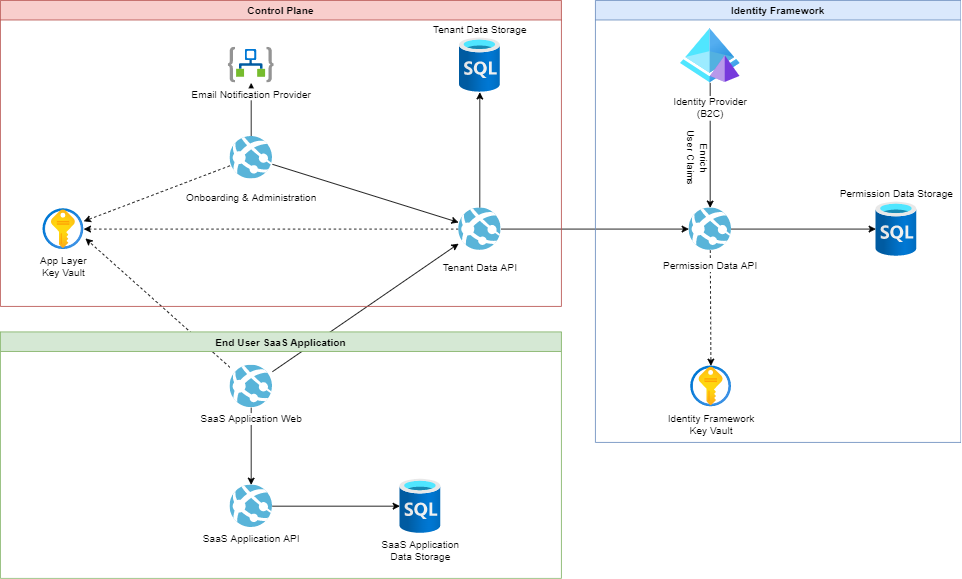
Above: docs/azure-saas-docs/static/diagrams/all-components-generic.drawio.png in JakeGinnivan/azure-saas (draw.io), before the change. Source tidied: cells renumbered, new cells last; positions are measured from the earlier drawing's top-left corner, leaving out a move shared by most shapes.
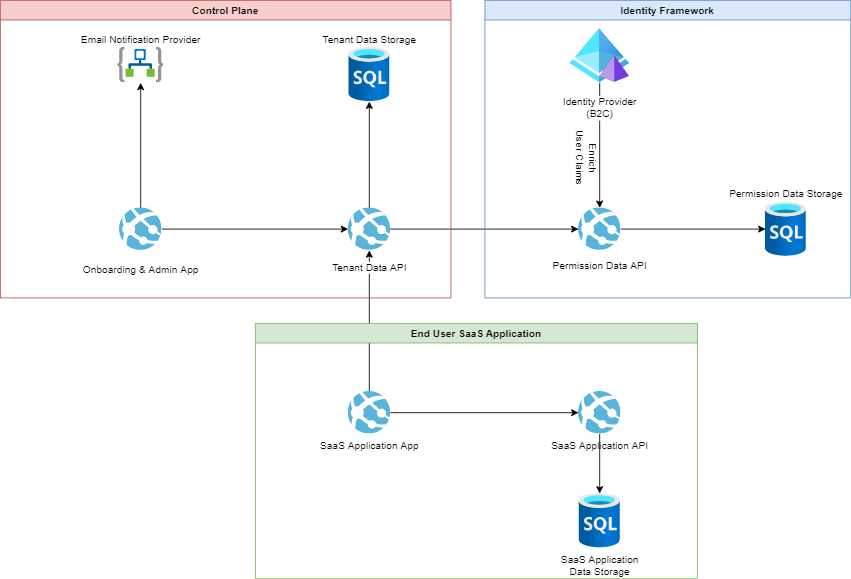
After the commit.

The edit, as a diff of the source:
```diff
@@ -5,50 +5,24 @@
     <mxCell id="2" style="edgeStyle=orthogonalEdgeStyle;rounded=0;jettySize=auto;html=1;" parent="1" edge="1" source="14" target="3">
       <mxGeometry relative="1" as="geometry" />
     </mxCell>
-    <mxCell id="3" value="Tenant Data Storage" style="html=1;points=[];align=center;image;fontSize=12;image=img/lib/azure2/databases/SQL_Database.svg;labelPosition=center;verticalLabelPosition=top;verticalAlign=bottom;" parent="1" vertex="1">
-      <mxGeometry x="540" y="44" width="48" height="64" as="geometry" />
-    </mxCell>
     <mxCell id="4" style="edgeStyle=none;html=1;" parent="1" edge="1" source="7" target="14">
       <mxGeometry relative="1" as="geometry" />
     </mxCell>
-    <mxCell id="5" style="edgeStyle=none;html=1;dashed=1;" parent="1" edge="1" source="7" target="20">
-      <mxGeometry relative="1" as="geometry" />
-    </mxCell>
     <mxCell id="6" style="edgeStyle=none;html=1;" parent="1" edge="1" source="7" target="25">
       <mxGeometry relative="1" as="geometry" />
     </mxCell>
-    <mxCell id="7" value="Onboarding &amp;amp; Administration" style="sketch=0;html=1;points=[];align=center;image;fontSize=12;image=img/lib/mscae/App_Services.svg;spacingTop=9;labelBackgroundColor=default;labelBorderColor=none;labelPosition=center;verticalLabelPosition=bottom;verticalAlign=top;" parent="1" vertex="1">
-      <mxGeometry x="270" y="160" width="50" height="50" as="geometry" />
-    </mxCell>
     <mxCell id="8" style="html=1;jumpStyle=arc;" parent="1" edge="1" source="11" target="14">
       <mxGeometry relative="1" as="geometry" />
     </mxCell>
-    <mxCell id="9" style="edgeStyle=none;html=1;dashed=1;" parent="1" edge="1" source="11">
-      <mxGeometry relative="1" as="geometry">
-        <mxPoint x="100" y="280" as="targetPoint" />
-      </mxGeometry>
-    </mxCell>
-    <mxCell id="10" style="edgeStyle=none;html=1;" parent="1" edge="1" source="11" target="28">
-      <mxGeometry relative="1" as="geometry" />
-    </mxCell>
-    <mxCell id="11" value="SaaS Application Web" style="sketch=0;html=1;points=[];align=center;image;fontSize=12;image=img/lib/mscae/App_Services.svg;labelBackgroundColor=default;labelBorderColor=none;" parent="1" vertex="1">
-      <mxGeometry x="270" y="429" width="50" height="50" as="geometry" />
-    </mxCell>
     <mxCell id="12" style="edgeStyle=none;jumpStyle=arc;html=1;" parent="1" edge="1" source="14" target="17">
       <mxGeometry relative="1" as="geometry" />
     </mxCell>
-    <mxCell id="13" style="edgeStyle=none;html=1;dashed=1;" parent="1" edge="1" source="14" target="20">
-      <mxGeometry relative="1" as="geometry" />
-    </mxCell>
     <mxCell id="14" value="Tenant Data API" style="sketch=0;html=1;points=[];align=center;image;fontSize=12;image=img/lib/mscae/App_Services.svg;labelBackgroundColor=default;labelBorderColor=none;labelPosition=center;verticalLabelPosition=bottom;verticalAlign=top;spacingTop=7;" parent="1" vertex="1">
       <mxGeometry x="539" y="244" width="50" height="50" as="geometry" />
     </mxCell>
     <mxCell id="15" style="edgeStyle=none;html=1;" parent="1" edge="1" source="17" target="19">
       <mxGeometry relative="1" as="geometry" />
     </mxCell>
-    <mxCell id="16" style="edgeStyle=none;html=1;dashed=1;" parent="1" edge="1" source="17" target="21">
-      <mxGeometry relative="1" as="geometry" />
-    </mxCell>
     <mxCell id="17" value="Permission Data API" style="sketch=0;html=1;points=[];align=center;image;fontSize=12;image=img/lib/mscae/App_Services.svg;labelBorderColor=none;spacingTop=5;" parent="1" vertex="1">
       <mxGeometry x="810" y="244" width="50" height="50" as="geometry" />
     </mxCell>
@@ -58,14 +32,8 @@
     <mxCell id="19" value="Permission Data Storage" style="html=1;points=[];align=center;image;fontSize=12;image=img/lib/azure2/databases/SQL_Database.svg;labelPosition=center;verticalLabelPosition=top;verticalAlign=bottom;" parent="1" vertex="1">
       <mxGeometry x="1030" y="237" width="48" height="64" as="geometry" />
     </mxCell>
-    <mxCell id="20" value="App Layer&lt;br&gt;Key Vault" style="html=1;points=[];align=center;image;fontSize=12;image=img/lib/azure2/security/Key_Vaults.svg;" parent="1" vertex="1">
-      <mxGeometry x="50" y="245" width="48" height="48" as="geometry" />
-    </mxCell>
-    <mxCell id="21" value="Identity Framework&lt;br&gt;Key Vault" style="html=1;points=[];align=center;image;fontSize=12;image=img/lib/azure2/security/Key_Vaults.svg;" parent="1" vertex="1">
-      <mxGeometry x="812" y="430" width="48" height="48" as="geometry" />
-    </mxCell>
     <mxCell id="22" value="Identity Framework" style="swimlane;labelBorderColor=none;fillColor=#dae8fc;strokeColor=#6c8ebf;" parent="1" vertex="1">
-      <mxGeometry x="700" width="430" height="520" as="geometry" />
+      <mxGeometry x="700" width="430" height="350" as="geometry" />
     </mxCell>
     <mxCell id="23" value="Enrich&lt;br&gt;User Claims" style="text;html=1;align=center;verticalAlign=middle;strokeColor=none;fillColor=none;rotation=90;" parent="22" vertex="1">
       <mxGeometry x="80" y="170" width="80" height="30" as="geometry" />
@@ -73,23 +41,35 @@
     <mxCell id="24" value="Identity Provider&lt;br&gt;(B2C)" style="html=1;points=[];align=center;image;fontSize=12;image=img/lib/azure2/identity/Azure_AD_Domain_Services.svg;spacingTop=9;" parent="22" vertex="1">
       <mxGeometry x="100" y="33" width="70" height="64" as="geometry" />
     </mxCell>
-    <mxCell id="25" value="Email Notification Provider" style="html=1;points=[];align=center;image;fontSize=12;image=img/lib/azure2/iot/Logic_Apps.svg;labelBorderColor=none;" parent="1" vertex="1">
+    <mxCell id="25" value="Email Notification Provider" style="html=1;points=[];align=center;image;fontSize=12;image=img/lib/azure2/iot/Logic_Apps.svg;labelBorderColor=none;labelPosition=center;verticalLabelPosition=top;verticalAlign=bottom;" parent="1" vertex="1">
       <mxGeometry x="267.9" y="55" width="54.1" height="42" as="geometry" />
     </mxCell>
     <mxCell id="26" value="Control Plane" style="swimlane;labelBorderColor=none;fillColor=#f8cecc;strokeColor=#b85450;" parent="1" vertex="1">
-      <mxGeometry width="660" height="360" as="geometry" />
+      <mxGeometry x="130" width="530" height="350" as="geometry" />
     </mxCell>
+    <mxCell id="7" value="Onboarding &amp;amp; Admin App" style="sketch=0;html=1;points=[];align=center;image;fontSize=12;image=img/lib/mscae/App_Services.svg;spacingTop=9;labelBackgroundColor=default;labelBorderColor=none;labelPosition=center;verticalLabelPosition=bottom;verticalAlign=top;" parent="26" vertex="1">
+      <mxGeometry x="140" y="244" width="50" height="50" as="geometry" />
+    </mxCell>
+    <mxCell id="3" value="Tenant Data Storage" style="html=1;points=[];align=center;image;fontSize=12;image=img/lib/azure2/databases/SQL_Database.svg;labelPosition=center;verticalLabelPosition=top;verticalAlign=bottom;" parent="26" vertex="1">
+      <mxGeometry x="410" y="55" width="48" height="64" as="geometry" />
+    </mxCell>
+    <mxCell id="30" value="End User SaaS Application" style="swimlane;fillColor=#d5e8d4;strokeColor=#82b366;" parent="1" vertex="1">
+      <mxGeometry x="430" y="380" width="520" height="300" as="geometry" />
+    </mxCell>
+    <mxCell id="11" value="SaaS Application App" style="sketch=0;html=1;points=[];align=center;image;fontSize=12;image=img/lib/mscae/App_Services.svg;labelBackgroundColor=default;labelBorderColor=none;" parent="30" vertex="1">
+      <mxGeometry x="109" y="80" width="50" height="50" as="geometry" />
+    </mxCell>
+    <mxCell id="28" value="SaaS Application API" style="sketch=0;html=1;points=[];align=center;image;fontSize=12;image=img/lib/mscae/App_Services.svg;labelBackgroundColor=default;labelBorderColor=none;" parent="30" vertex="1">
+      <mxGeometry x="380" y="80" width="50" height="50" as="geometry" />
+    </mxCell>
+    <mxCell id="10" style="edgeStyle=none;html=1;" parent="30" edge="1" source="11" target="28">
+      <mxGeometry relative="1" as="geometry" />
+    </mxCell>
+    <mxCell id="29" value="SaaS Application&lt;br&gt;Data Storage" style="html=1;points=[];align=center;image;fontSize=12;image=img/lib/azure2/databases/SQL_Database.svg;" parent="30" vertex="1">
+      <mxGeometry x="381" y="200" width="48" height="64" as="geometry" />
+    </mxCell>
-    <mxCell id="27" style="edgeStyle=none;html=1;" parent="1" edge="1" source="28" target="29">
+    <mxCell id="27" style="edgeStyle=none;html=1;" parent="30" edge="1" source="28" target="29">
       <mxGeometry relative="1" as="geometry" />
     </mxCell>
-    <mxCell id="28" value="SaaS Application API" style="sketch=0;html=1;points=[];align=center;image;fontSize=12;image=img/lib/mscae/App_Services.svg;labelBackgroundColor=default;labelBorderColor=none;" parent="1" vertex="1">
-      <mxGeometry x="270" y="570" width="50" height="50" as="geometry" />
-    </mxCell>
-    <mxCell id="29" value="SaaS Application&lt;br&gt;Data Storage" style="html=1;points=[];align=center;image;fontSize=12;image=img/lib/azure2/databases/SQL_Database.svg;" parent="1" vertex="1">
-      <mxGeometry x="470" y="563" width="48" height="64" as="geometry" />
-    </mxCell>
-    <mxCell id="30" value="End User SaaS Application" style="swimlane;fillColor=#d5e8d4;strokeColor=#82b366;" parent="1" vertex="1">
-      <mxGeometry y="390" width="660" height="290" as="geometry" />
-    </mxCell>
   </root>
 </mxGraphModel>
```
